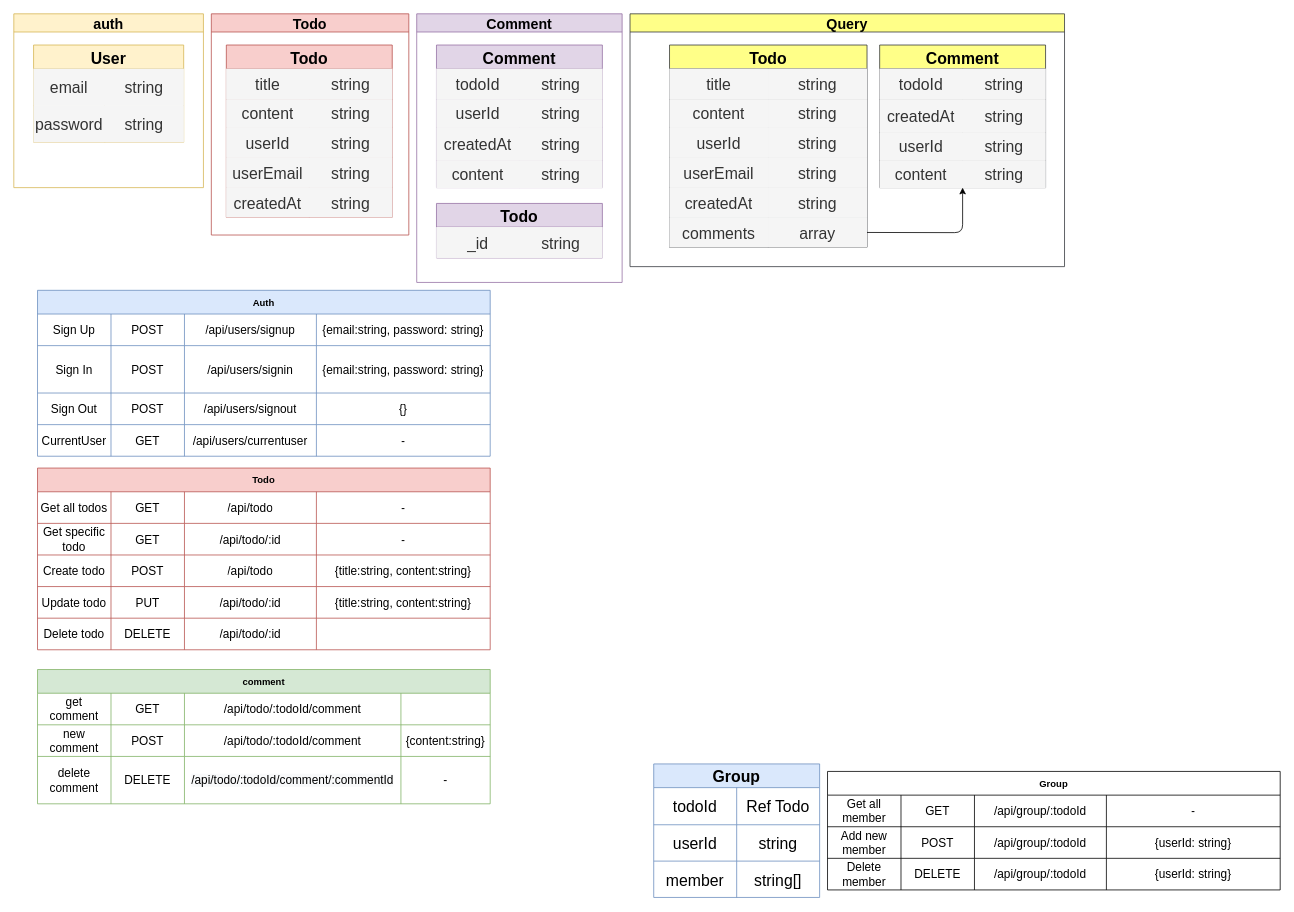
The draw.io diagram page "第2頁" (2 of 3) of Untitled Diagram.drawio in fan0223/TaskTracker, before the edit. Source tidied: cells renumbered, new cells numbered last; positions are measured from the earlier drawing's top-left corner, leaving out a move shared by most shapes. Both pictures are drawn from the tidied source at 79%, with x=0, y=0 at pixel (13, 13).
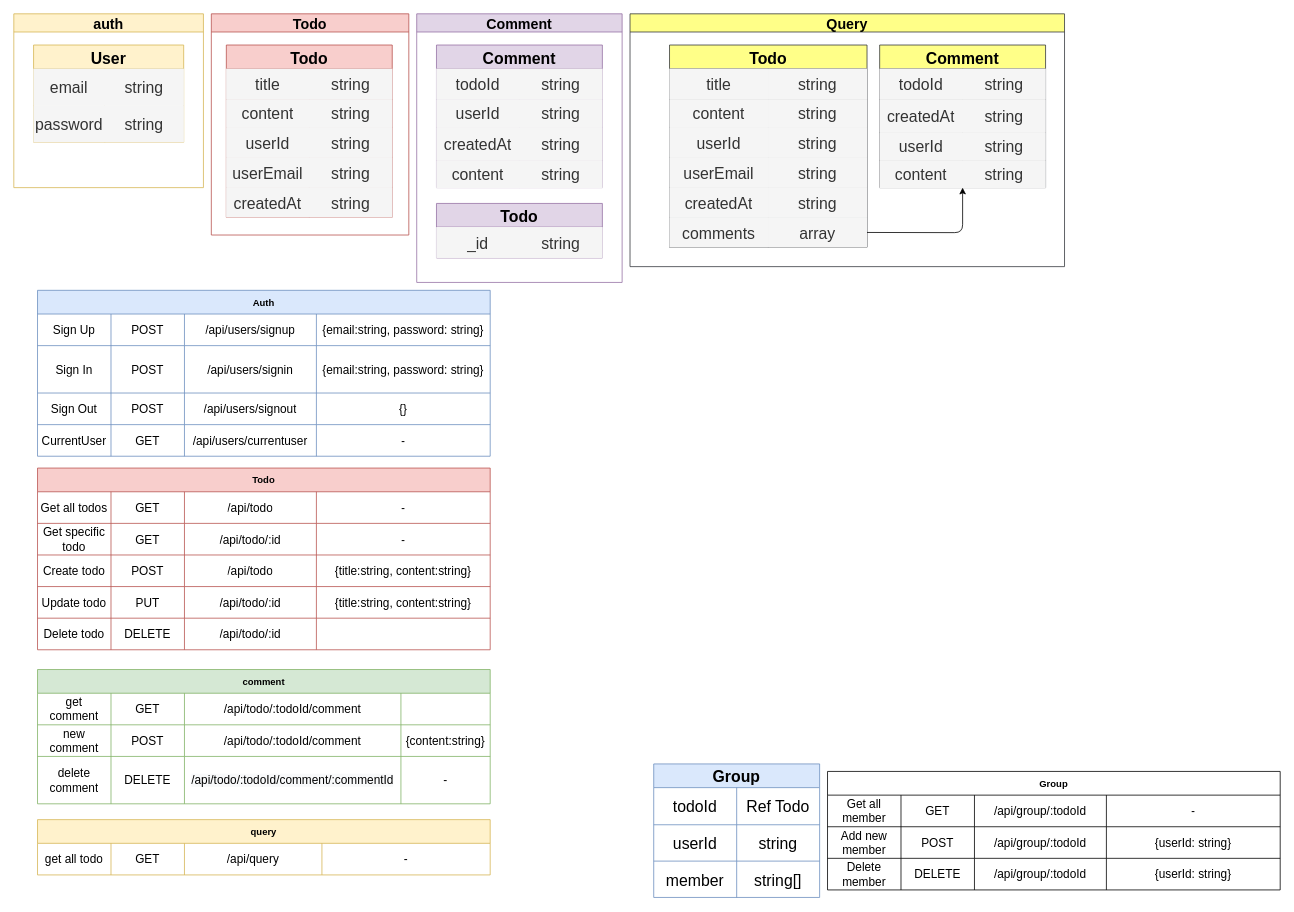
Above is the later version.

What changed in the source:
```diff
@@
+    <mxCell id="168" value="query" style="shape=table;startSize=30;childLayout=tableLayout;fontStyle=1;align=center;fillColor=#fff2cc;strokeColor=#d6b656;" parent="1" vertex="1">
+      <mxGeometry x="30" y="1020" width="573" height="70" as="geometry" />
+    </mxCell>
+    <mxCell id="169" style="shape=partialRectangle;html=1;whiteSpace=wrap;fillColor=none;top=0;left=0;bottom=0;right=0;" parent="168" vertex="1">
+      <mxGeometry y="30" width="573" height="40" as="geometry" />
+    </mxCell>
+    <mxCell id="170" value="get all todo" style="shape=partialRectangle;html=1;whiteSpace=wrap;fillColor=none;top=0;left=0;bottom=0;right=0;overflow=hidden;fontSize=15;" parent="169" vertex="1">
+      <mxGeometry width="93" height="40" as="geometry" />
+    </mxCell>
+    <mxCell id="171" value="GET" style="shape=partialRectangle;html=1;whiteSpace=wrap;fillColor=none;top=0;left=0;bottom=0;right=0;overflow=hidden;fontSize=15;" parent="169" vertex="1">
+      <mxGeometry x="93" width="93" height="40" as="geometry" />
+    </mxCell>
+    <mxCell id="172" value="&lt;span&gt;/api/query&lt;/span&gt;" style="shape=partialRectangle;html=1;whiteSpace=wrap;fillColor=none;top=0;left=0;bottom=0;right=0;overflow=hidden;fontSize=15;" parent="169" vertex="1">
+      <mxGeometry x="186" width="174" height="40" as="geometry" />
+    </mxCell>
+    <mxCell id="173" value="-" style="shape=partialRectangle;html=1;whiteSpace=wrap;fillColor=none;top=0;left=0;bottom=0;right=0;overflow=hidden;fontSize=15;" parent="169" vertex="1">
+      <mxGeometry x="360" width="213" height="40" as="geometry" />
+    </mxCell>
```
